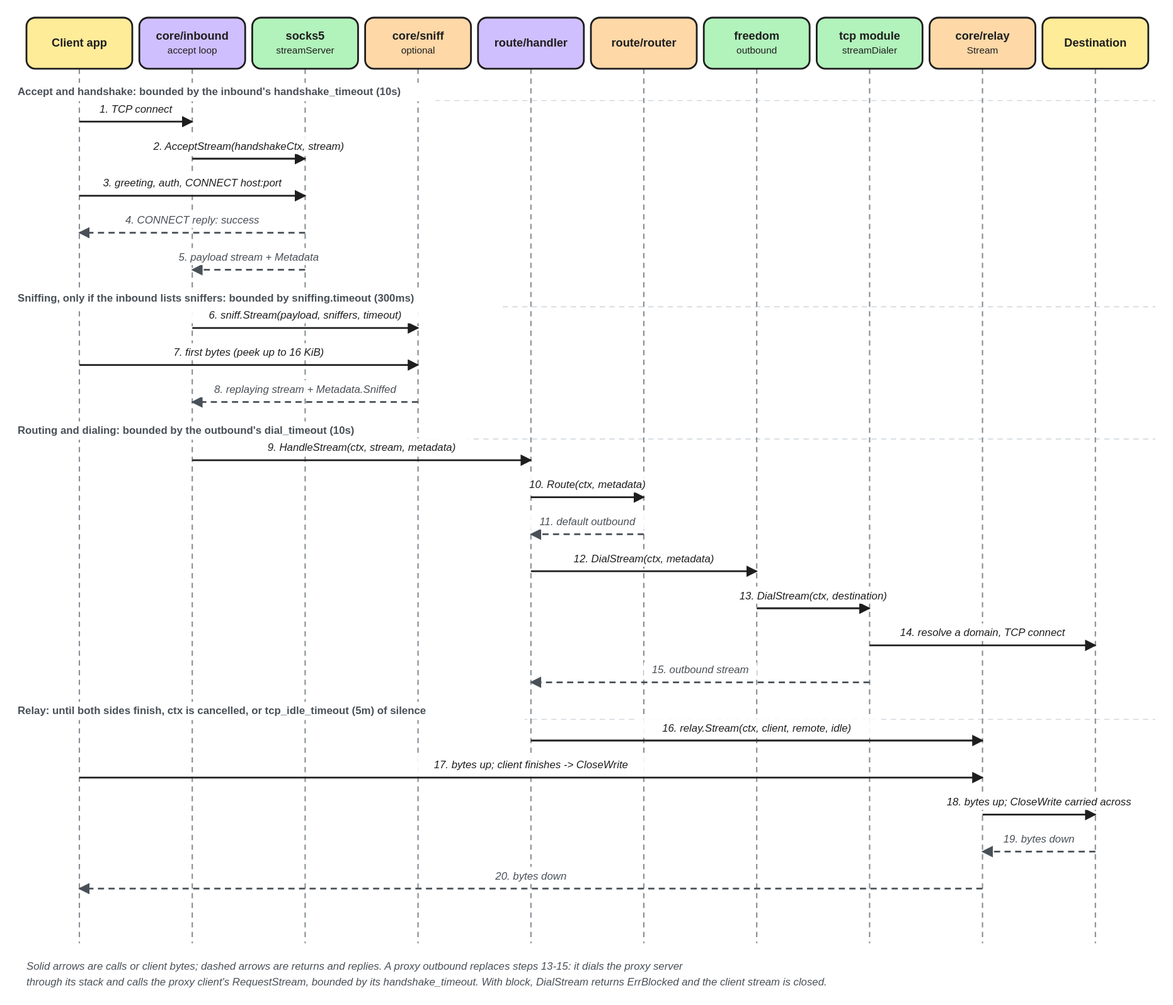
Earlier version of the Excalidraw export docs/assets/diagrams/tcp-lifecycle.excalidraw.svg (we-apranik/apranik). Source tidied: one line per element, renumbered; positions are measured from the earlier drawing's top-left corner, leaving out a move shared by most shapes.
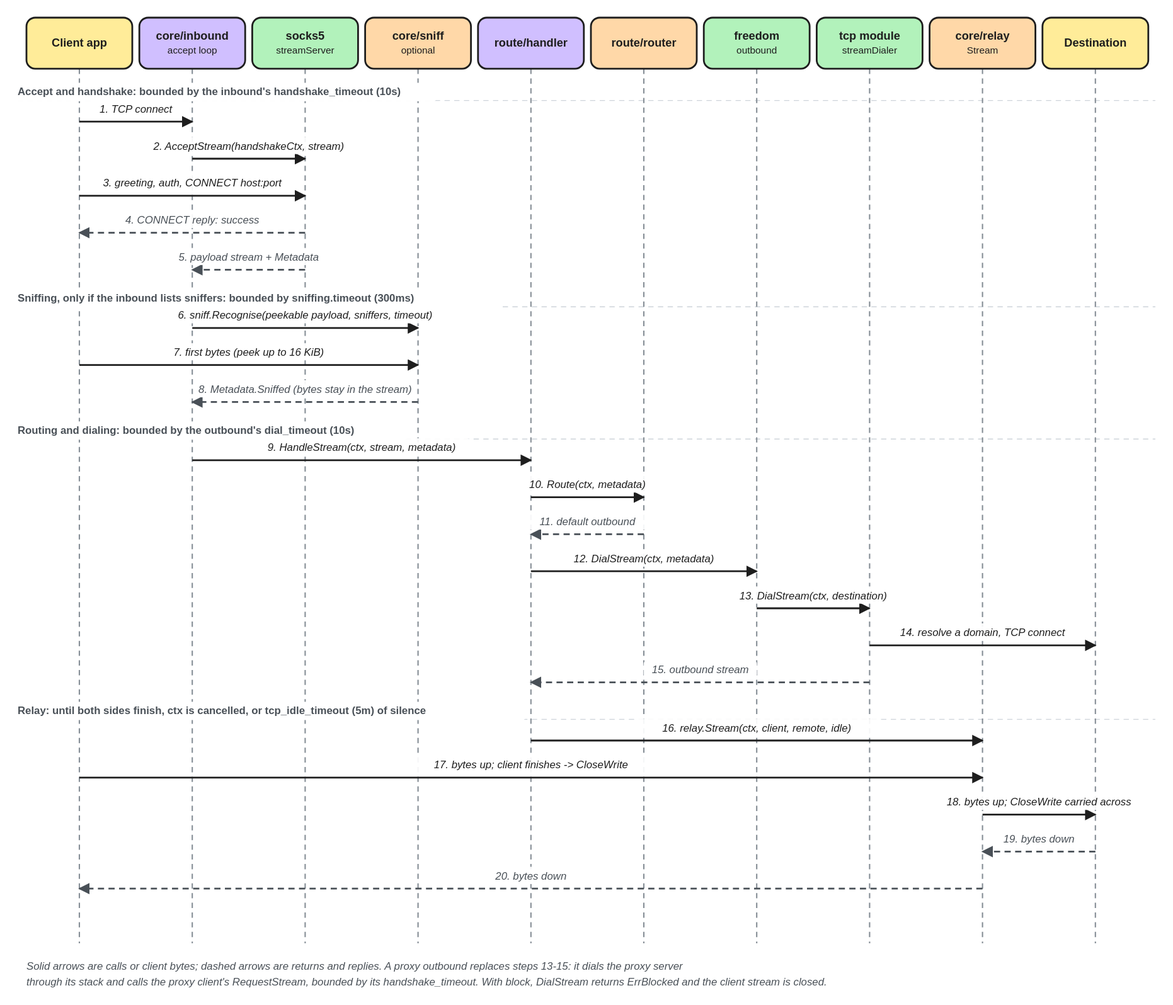
The same diagram one commit later.

The edit, as a diff of the source:
```diff
@@ -43,11 +43,11 @@
 {"id": 42, "type": "arrow", "strokeColor": "#495057", "strokeWidth": 2, "strokeStyle": "dashed", "roughness": 0, "endArrowhead": "arrow", "x": 326, "y": 286, "width": 128, "height": 0, "points": [[0, 0], [-128, 0]]}
 {"id": 43, "type": "text", "text": "5. payload stream + Metadata", "strokeColor": "#495057", "strokeWidth": 2, "roughness": 0, "fontSize": 12, "fontFamily": 2, "textAlign": "center", "verticalAlign": "middle", "x": 170, "y": 263, "width": 185, "height": 15}
 {"id": 44, "type": "arrow", "strokeColor": "#1e1e1e", "strokeWidth": 2, "roughness": 0, "endArrowhead": "arrow", "x": 198, "y": 352, "width": 256, "height": 0, "points": [[0, 0], [256, 0]]}
-{"id": 45, "type": "text", "text": "6. sniff.Stream(payload, sniffers, timeout)", "strokeColor": "#1e1e1e", "strokeWidth": 2, "roughness": 0, "fontSize": 12, "fontFamily": 2, "textAlign": "center", "verticalAlign": "middle", "x": 187, "y": 329, "width": 278, "height": 15}
+{"id": 45, "type": "text", "text": "6. sniff.Recognise(peekable payload, sniffers, timeout)", "strokeColor": "#1e1e1e", "strokeWidth": 2, "roughness": 0, "fontSize": 12, "fontFamily": 2, "textAlign": "center", "verticalAlign": "middle", "x": 187, "y": 329, "width": 278, "height": 15}
 {"id": 46, "type": "arrow", "strokeColor": "#1e1e1e", "strokeWidth": 2, "roughness": 0, "endArrowhead": "arrow", "x": 70, "y": 394, "width": 384, "height": 0, "points": [[0, 0], [384, 0]]}
 {"id": 47, "type": "text", "text": "7. first bytes (peek up to 16 KiB)", "strokeColor": "#1e1e1e", "strokeWidth": 2, "roughness": 0, "fontSize": 12, "fontFamily": 2, "textAlign": "center", "verticalAlign": "middle", "x": 151, "y": 371, "width": 222, "height": 15}
 {"id": 48, "type": "arrow", "strokeColor": "#495057", "strokeWidth": 2, "strokeStyle": "dashed", "roughness": 0, "endArrowhead": "arrow", "x": 454, "y": 436, "width": 256, "height": 0, "points": [[0, 0], [-256, 0]]}
-{"id": 49, "type": "text", "text": "8. replaying stream + Metadata.Sniffed", "strokeColor": "#495057", "strokeWidth": 2, "roughness": 0, "fontSize": 12, "fontFamily": 2, "textAlign": "center", "verticalAlign": "middle", "x": 202, "y": 413, "width": 247, "height": 15}
+{"id": 49, "type": "text", "text": "8. Metadata.Sniffed (bytes stay in the stream)", "strokeColor": "#495057", "strokeWidth": 2, "roughness": 0, "fontSize": 12, "fontFamily": 2, "textAlign": "center", "verticalAlign": "middle", "x": 202, "y": 413, "width": 247, "height": 15}
 {"id": 50, "type": "arrow", "strokeColor": "#1e1e1e", "strokeWidth": 2, "roughness": 0, "endArrowhead": "arrow", "x": 198, "y": 502, "width": 384, "height": 0, "points": [[0, 0], [384, 0]]}
 {"id": 51, "type": "text", "text": "9. HandleStream(ctx, stream, metadata)", "strokeColor": "#1e1e1e", "strokeWidth": 2, "roughness": 0, "fontSize": 12, "fontFamily": 2, "textAlign": "center", "verticalAlign": "middle", "x": 266, "y": 479, "width": 247, "height": 15}
 {"id": 52, "type": "arrow", "strokeColor": "#1e1e1e", "strokeWidth": 2, "roughness": 0, "endArrowhead": "arrow", "x": 582, "y": 544, "width": 128, "height": 0, "points": [[0, 0], [128, 0]]}
```
